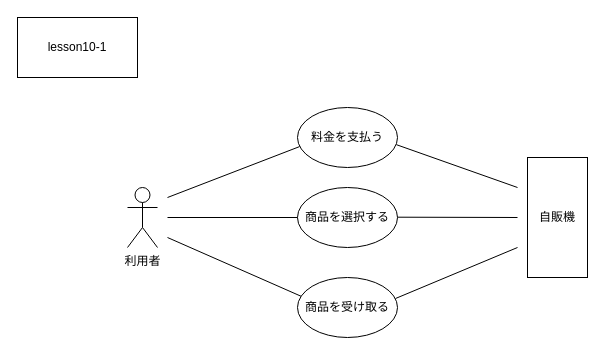
This is lesson10/10-1.drawio from hirutashougo/UML_introduction, a draw.io file, before an edit. Source tidied: cells renumbered, new cells numbered last; positions are measured from the earlier drawing's top-left corner, leaving out a move shared by most shapes. Both pictures are drawn from the tidied source at 100%, with x=0, y=0 at pixel (17, 17).
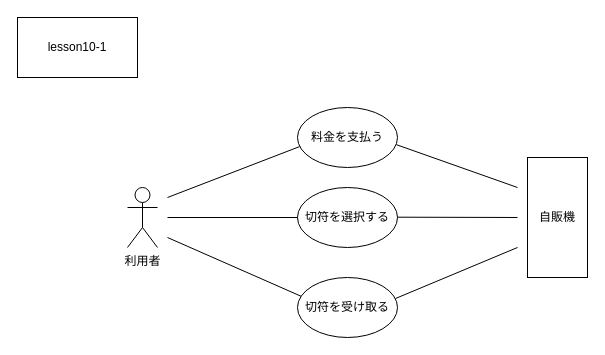
After the change.

The edit, as a diff of the source:
```diff
@@
 <mxGraphModel>
   <root>
     <mxCell id="0" />
     <mxCell id="1" parent="0" />
     <mxCell id="2" value="lesson10-1" style="rounded=0;whiteSpace=wrap;html=1;" parent="1" vertex="1">
       <mxGeometry width="120" height="60" as="geometry" />
     </mxCell>
     <mxCell id="3" value="利用者" style="shape=umlActor;verticalLabelPosition=bottom;verticalAlign=top;html=1;" parent="1" vertex="1">
       <mxGeometry x="110" y="170" width="30" height="60" as="geometry" />
     </mxCell>
     <mxCell id="4" value="自販機" style="rounded=0;whiteSpace=wrap;html=1;" parent="1" vertex="1">
       <mxGeometry x="510" y="140" width="60" height="120" as="geometry" />
     </mxCell>
     <mxCell id="5" value="料金を支払う" style="ellipse;whiteSpace=wrap;html=1;" parent="1" vertex="1">
       <mxGeometry x="280" y="90" width="100" height="60" as="geometry" />
     </mxCell>
-    <mxCell id="6" value="商品を選択する" style="ellipse;whiteSpace=wrap;html=1;" parent="1" vertex="1">
+    <mxCell id="6" value="切符を選択する" style="ellipse;whiteSpace=wrap;html=1;" parent="1" vertex="1">
       <mxGeometry x="280" y="170" width="100" height="60" as="geometry" />
     </mxCell>
-    <mxCell id="7" value="商品を受け取る" style="ellipse;whiteSpace=wrap;html=1;" parent="1" vertex="1">
+    <mxCell id="7" value="切符を受け取る" style="ellipse;whiteSpace=wrap;html=1;" parent="1" vertex="1">
       <mxGeometry x="280" y="260" width="100" height="60" as="geometry" />
     </mxCell>
     <mxCell id="8" style="endArrow=none;html=1;rounded=0;entryX=0.022;entryY=0.651;entryDx=0;entryDy=0;entryPerimeter=0;" parent="1" edge="1" target="5">
       <mxGeometry relative="1" as="geometry">
         <mxPoint x="150" y="180" as="sourcePoint" />
       </mxGeometry>
     </mxCell>
     <mxCell id="9" style="endArrow=none;html=1;rounded=0;entryX=0;entryY=0.5;entryDx=0;entryDy=0;" parent="1" edge="1" target="6">
       <mxGeometry relative="1" as="geometry">
         <mxPoint x="150" y="200" as="sourcePoint" />
       </mxGeometry>
     </mxCell>
     <mxCell id="10" style="endArrow=none;html=1;rounded=0;entryX=0.035;entryY=0.312;entryDx=0;entryDy=0;entryPerimeter=0;" parent="1" edge="1" target="7">
       <mxGeometry relative="1" as="geometry">
         <mxPoint x="150" y="220" as="sourcePoint" />
       </mxGeometry>
     </mxCell>
     <mxCell id="11" style="endArrow=none;html=1;rounded=0;exitX=0.988;exitY=0.619;exitDx=0;exitDy=0;exitPerimeter=0;" parent="1" edge="1" source="5">
       <mxGeometry relative="1" as="geometry">
         <mxPoint x="500" y="170" as="targetPoint" />
       </mxGeometry>
     </mxCell>
     <mxCell id="12" style="endArrow=none;html=1;rounded=0;" parent="1" edge="1">
       <mxGeometry relative="1" as="geometry">
         <mxPoint x="380" y="199.7" as="sourcePoint" />
         <mxPoint x="500" y="200" as="targetPoint" />
       </mxGeometry>
     </mxCell>
     <mxCell id="13" style="endArrow=none;html=1;rounded=0;" parent="1" edge="1">
       <mxGeometry relative="1" as="geometry">
         <mxPoint x="378" y="281" as="sourcePoint" />
         <mxPoint x="500" y="230" as="targetPoint" />
       </mxGeometry>
     </mxCell>
   </root>
 </mxGraphModel>
```
